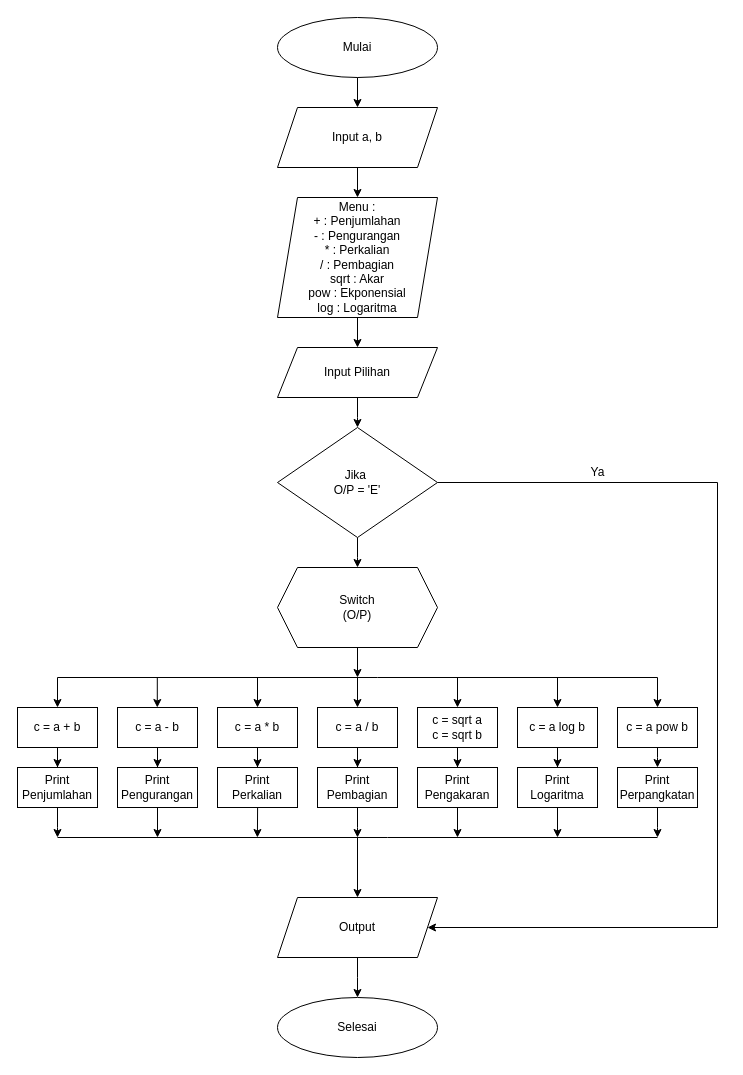
Above: page "Page-1" (1 of 2) of Untitled Diagram.drawio in Lutfiah-s/Program-Kalkulator-Sederhana-dengan-Fungsi (draw.io), before the change. Source tidied: cells renumbered, new cells numbered last; positions are measured from the earlier drawing's top-left corner, leaving out a move shared by most shapes. Both pictures are drawn from the tidied source at 100%, with x=0, y=0 at pixel (17, 17).
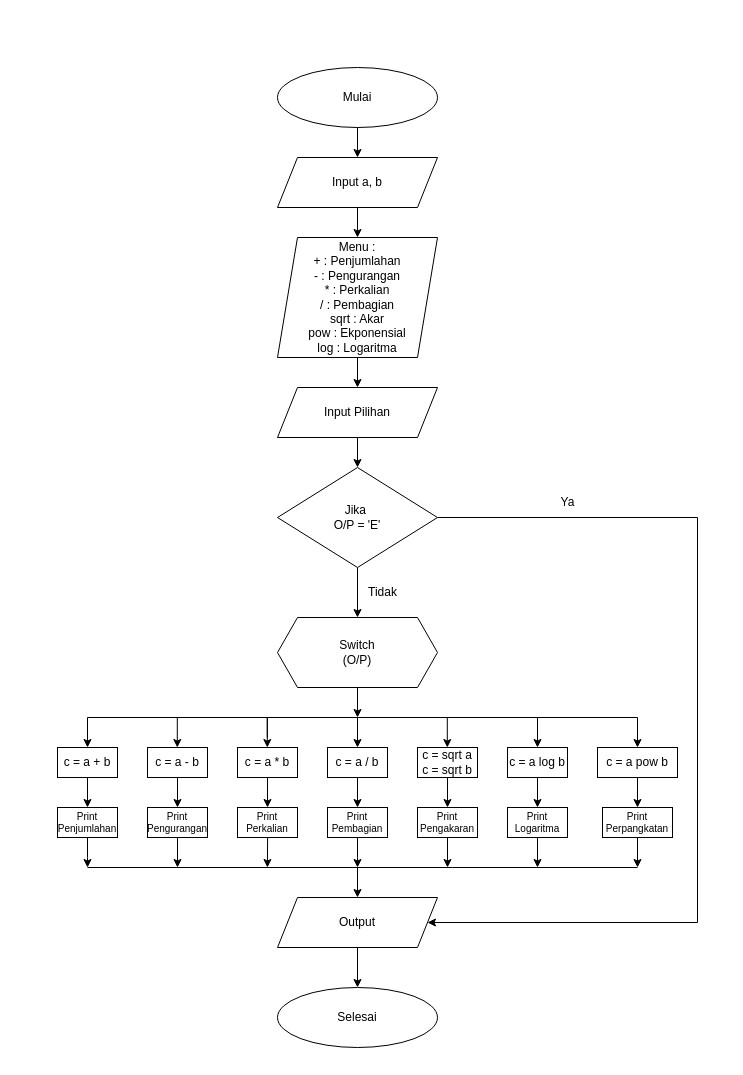
The same diagram, later.

What changed in the source:
```diff
@@
     <mxCell id="2" value="Mulai" style="ellipse;whiteSpace=wrap;html=1;labelBackgroundColor=none;" parent="1" vertex="1">
-      <mxGeometry x="260" width="160" height="60" as="geometry" />
+      <mxGeometry x="260" y="50" width="160" height="60" as="geometry" />
     </mxCell>
@@
     <mxCell id="4" value="Input a, b" style="shape=parallelogram;perimeter=parallelogramPerimeter;whiteSpace=wrap;html=1;fixedSize=1;labelBackgroundColor=none;" parent="1" vertex="1">
-      <mxGeometry x="260" y="90" width="160" height="60" as="geometry" />
+      <mxGeometry x="260" y="140" width="160" height="50" as="geometry" />
     </mxCell>
@@
     <mxCell id="7" value="Menu :&lt;div&gt;+ : Penjumlahan&lt;/div&gt;&lt;div&gt;- : Pengurangan&lt;/div&gt;&lt;div&gt;* : Perkalian&lt;/div&gt;&lt;div&gt;/ : Pembagian&lt;/div&gt;&lt;div&gt;sqrt : Akar&lt;/div&gt;&lt;div&gt;pow : Ekponensial&lt;/div&gt;&lt;div&gt;log : Logaritma&lt;/div&gt;" style="shape=parallelogram;perimeter=parallelogramPerimeter;whiteSpace=wrap;html=1;fixedSize=1;align=center;labelBackgroundColor=none;" parent="1" vertex="1">
-      <mxGeometry x="260" y="180" width="160" height="120" as="geometry" />
+      <mxGeometry x="260" y="220" width="160" height="120" as="geometry" />
     </mxCell>
@@
     <mxCell id="9" value="Input Pilihan" style="shape=parallelogram;perimeter=parallelogramPerimeter;whiteSpace=wrap;html=1;fixedSize=1;labelBackgroundColor=none;" parent="1" vertex="1">
-      <mxGeometry x="260" y="330" width="160" height="50" as="geometry" />
+      <mxGeometry x="260" y="370" width="160" height="50" as="geometry" />
     </mxCell>
-    <mxCell id="10" style="edgeStyle=orthogonalEdgeStyle;rounded=0;jettySize=auto;html=1;entryX=1;entryY=0.5;entryDx=0;entryDy=0;labelBackgroundColor=none;fontColor=default;" parent="1" edge="1" source="12" target="53">
+    <mxCell id="10" style="edgeStyle=orthogonalEdgeStyle;rounded=0;jettySize=auto;html=1;entryX=1;entryY=0.5;entryDx=0;entryDy=0;labelBackgroundColor=none;fontColor=default;exitX=1;exitY=0.5;exitDx=0;exitDy=0;" parent="1" edge="1" source="12" target="53">
       <mxGeometry relative="1" as="geometry">
         <Array as="points">
-          <mxPoint x="700" y="465" />
-          <mxPoint x="700" y="910" />
+          <mxPoint x="680" y="500" />
+          <mxPoint x="680" y="905" />
         </Array>
       </mxGeometry>
     </mxCell>
-    <mxCell id="11" style="edgeStyle=orthogonalEdgeStyle;rounded=0;jettySize=auto;html=1;" parent="1" edge="1" source="12">
-      <mxGeometry relative="1" as="geometry">
-        <mxPoint x="340" y="550" as="targetPoint" />
-      </mxGeometry>
-    </mxCell>
+    <mxCell id="57" style="edgeStyle=orthogonalEdgeStyle;rounded=0;jettySize=auto;html=1;entryX=0.5;entryY=0;entryDx=0;entryDy=0;" parent="1" edge="1" source="12" target="14">
+      <mxGeometry relative="1" as="geometry" />
+    </mxCell>
     <mxCell id="12" value="Jika&amp;nbsp;&lt;div&gt;O/P = 'E'&lt;/div&gt;" style="rhombus;whiteSpace=wrap;html=1;labelBackgroundColor=none;" parent="1" vertex="1">
-      <mxGeometry x="260" y="410" width="160" height="110" as="geometry" />
+      <mxGeometry x="260" y="450" width="160" height="100" as="geometry" />
     </mxCell>
     <mxCell id="13" style="edgeStyle=orthogonalEdgeStyle;rounded=0;jettySize=auto;html=1;labelBackgroundColor=none;fontColor=default;" parent="1" edge="1" source="14">
       <mxGeometry relative="1" as="geometry">
-        <mxPoint x="340" y="660" as="targetPoint" />
+        <mxPoint x="340" y="700" as="targetPoint" />
         <Array as="points">
           <mxPoint x="340" y="660" />
           <mxPoint x="340" y="660" />
         </Array>
       </mxGeometry>
     </mxCell>
     <mxCell id="14" value="Switch&lt;div&gt;(O/P)&lt;/div&gt;" style="shape=hexagon;perimeter=hexagonPerimeter2;whiteSpace=wrap;html=1;fixedSize=1;labelBackgroundColor=none;" parent="1" vertex="1">
-      <mxGeometry x="260" y="550" width="160" height="80" as="geometry" />
+      <mxGeometry x="260" y="600" width="160" height="70" as="geometry" />
     </mxCell>
     <mxCell id="15" value="Ya" style="text;html=1;align=center;verticalAlign=middle;strokeColor=none;fillColor=none;labelBackgroundColor=none;" parent="1" vertex="1">
-      <mxGeometry x="560" y="440" width="40" height="30" as="geometry" />
+      <mxGeometry x="530" y="470" width="40" height="30" as="geometry" />
     </mxCell>
     <mxCell id="16" style="endArrow=none;html=1;rounded=0;labelBackgroundColor=none;fontColor=default;" parent="1" edge="1">
       <mxGeometry relative="1" as="geometry">
-        <mxPoint x="40" y="660" as="sourcePoint" />
-        <mxPoint x="640" y="660" as="targetPoint" />
+        <mxPoint x="70" y="700" as="sourcePoint" />
+        <mxPoint x="620" y="700" as="targetPoint" />
         <Array as="points">
-          <mxPoint x="360" y="660" />
+          <mxPoint x="362.5" y="700" />
         </Array>
       </mxGeometry>
     </mxCell>
-    <mxCell id="17" style="endArrow=classic;html=1;rounded=0;labelBackgroundColor=none;fontColor=default;entryX=0.5;entryY=0;entryDx=0;entryDy=0;" parent="1" edge="1" target="19">
-      <mxGeometry relative="1" as="geometry">
-        <mxPoint x="40" y="660" as="sourcePoint" />
-      </mxGeometry>
-    </mxCell>
     <mxCell id="18" style="edgeStyle=orthogonalEdgeStyle;rounded=0;jettySize=auto;html=1;labelBackgroundColor=none;fontColor=default;entryX=0.5;entryY=0;entryDx=0;entryDy=0;" parent="1" edge="1" source="19" target="21">
-      <mxGeometry relative="1" as="geometry" />
+      <mxGeometry relative="1" as="geometry">
+        <Array as="points">
+          <mxPoint x="70" y="750" />
+          <mxPoint x="70" y="750" />
+        </Array>
+      </mxGeometry>
     </mxCell>
     <mxCell id="19" value="c = a + b" style="rounded=0;whiteSpace=wrap;html=1;labelBackgroundColor=none;" parent="1" vertex="1">
-      <mxGeometry y="690" width="80" height="40" as="geometry" />
+      <mxGeometry x="40" y="730" width="60" height="30" as="geometry" />
     </mxCell>
-    <mxCell id="20" style="edgeStyle=orthogonalEdgeStyle;rounded=0;jettySize=auto;html=1;exitX=0.5;exitY=1;exitDx=0;exitDy=0;labelBackgroundColor=none;fontColor=default;" parent="1" edge="1" source="21">
-      <mxGeometry relative="1" as="geometry">
-        <mxPoint x="40" y="820" as="targetPoint" />
-        <Array as="points">
-          <mxPoint x="40" y="810" />
-          <mxPoint x="40" y="810" />
-        </Array>
-      </mxGeometry>
-    </mxCell>
+    <mxCell id="58" style="edgeStyle=orthogonalEdgeStyle;rounded=0;jettySize=auto;html=1;" parent="1" edge="1" source="21">
+      <mxGeometry relative="1" as="geometry">
+        <mxPoint x="70" y="850" as="targetPoint" />
+      </mxGeometry>
+    </mxCell>
-    <mxCell id="21" value="Print Penjumlahan" style="rounded=0;whiteSpace=wrap;html=1;labelBackgroundColor=none;" parent="1" vertex="1">
-      <mxGeometry y="750" width="80" height="40" as="geometry" />
+    <mxCell id="21" value="Print Penjumlahan" style="rounded=0;whiteSpace=wrap;html=1;labelBackgroundColor=none;fontSize=10;" parent="1" vertex="1">
+      <mxGeometry x="40" y="790" width="60" height="30" as="geometry" />
     </mxCell>
     <mxCell id="22" style="endArrow=classic;html=1;rounded=0;labelBackgroundColor=none;fontColor=default;" parent="1" edge="1">
       <mxGeometry relative="1" as="geometry">
-        <mxPoint x="139.8" y="660" as="sourcePoint" />
-        <mxPoint x="139.8" y="690" as="targetPoint" />
+        <mxPoint x="159.8" y="700" as="sourcePoint" />
+        <mxPoint x="159.8" y="730" as="targetPoint" />
       </mxGeometry>
     </mxCell>
@@
     <mxCell id="24" value="c = a - b" style="rounded=0;whiteSpace=wrap;html=1;labelBackgroundColor=none;" parent="1" vertex="1">
-      <mxGeometry x="100" y="690" width="80" height="40" as="geometry" />
+      <mxGeometry x="130" y="730" width="60" height="30" as="geometry" />
     </mxCell>
     <mxCell id="25" style="edgeStyle=orthogonalEdgeStyle;rounded=0;jettySize=auto;html=1;labelBackgroundColor=none;fontColor=default;" parent="1" edge="1" source="26">
       <mxGeometry relative="1" as="geometry">
-        <mxPoint x="140" y="820" as="targetPoint" />
+        <mxPoint x="160" y="850" as="targetPoint" />
         <Array as="points">
-          <mxPoint x="140" y="820" />
+          <mxPoint x="160" y="850" />
         </Array>
       </mxGeometry>
     </mxCell>
-    <mxCell id="26" value="Print Pengurangan" style="rounded=0;whiteSpace=wrap;html=1;labelBackgroundColor=none;" parent="1" vertex="1">
-      <mxGeometry x="100" y="750" width="80" height="40" as="geometry" />
+    <mxCell id="26" value="Print Pengurangan" style="rounded=0;whiteSpace=wrap;html=1;labelBackgroundColor=none;fontSize=10;" parent="1" vertex="1">
+      <mxGeometry x="130" y="790" width="60" height="30" as="geometry" />
     </mxCell>
     <mxCell id="27" style="edgeStyle=orthogonalEdgeStyle;rounded=0;orthogonalLoop=1;jettySize=auto;html=1;labelBackgroundColor=none;fontColor=default;" parent="1" edge="1">
       <mxGeometry relative="1" as="geometry">
-        <mxPoint x="239.6" y="760" as="sourcePoint" />
-        <mxPoint x="239.9" y="820" as="targetPoint" />
+        <mxPoint x="249.6" y="790" as="sourcePoint" />
+        <mxPoint x="249.9" y="850" as="targetPoint" />
       </mxGeometry>
     </mxCell>
-    <mxCell id="28" value="Print Perkalian" style="rounded=0;whiteSpace=wrap;html=1;labelBackgroundColor=none;" parent="1" vertex="1">
-      <mxGeometry x="200" y="750" width="80" height="40" as="geometry" />
+    <mxCell id="28" value="Print Perkalian" style="rounded=0;whiteSpace=wrap;html=1;labelBackgroundColor=none;fontSize=10;" parent="1" vertex="1">
+      <mxGeometry x="220" y="790" width="60" height="30" as="geometry" />
     </mxCell>
-    <mxCell id="29" style="edgeStyle=orthogonalEdgeStyle;rounded=0;jettySize=auto;html=1;exitX=0.5;exitY=1;exitDx=0;exitDy=0;labelBackgroundColor=none;fontColor=default;" parent="1" edge="1" source="30">
-      <mxGeometry relative="1" as="geometry">
-        <mxPoint x="340" y="820" as="targetPoint" />
-        <Array as="points">
-          <mxPoint x="340" y="810" />
-          <mxPoint x="340" y="810" />
-        </Array>
-      </mxGeometry>
-    </mxCell>
+    <mxCell id="59" style="edgeStyle=orthogonalEdgeStyle;rounded=0;jettySize=auto;html=1;" parent="1" edge="1" source="30">
+      <mxGeometry relative="1" as="geometry">
+        <mxPoint x="340" y="850" as="targetPoint" />
+      </mxGeometry>
+    </mxCell>
-    <mxCell id="30" value="Print Pembagian" style="rounded=0;whiteSpace=wrap;html=1;labelBackgroundColor=none;" parent="1" vertex="1">
-      <mxGeometry x="300" y="750" width="80" height="40" as="geometry" />
+    <mxCell id="30" value="Print Pembagian" style="rounded=0;whiteSpace=wrap;html=1;labelBackgroundColor=none;fontSize=10;" parent="1" vertex="1">
+      <mxGeometry x="310" y="790" width="60" height="30" as="geometry" />
     </mxCell>
     <mxCell id="31" style="edgeStyle=orthogonalEdgeStyle;rounded=0;jettySize=auto;html=1;labelBackgroundColor=none;fontColor=default;" parent="1" edge="1" source="32">
       <mxGeometry relative="1" as="geometry">
-        <mxPoint x="440" y="820" as="targetPoint" />
+        <mxPoint x="430" y="850" as="targetPoint" />
         <Array as="points">
-          <mxPoint x="440" y="820" />
+          <mxPoint x="430" y="850" />
         </Array>
       </mxGeometry>
     </mxCell>
-    <mxCell id="32" value="Print Pengakaran" style="rounded=0;whiteSpace=wrap;html=1;labelBackgroundColor=none;" parent="1" vertex="1">
-      <mxGeometry x="400" y="750" width="80" height="40" as="geometry" />
+    <mxCell id="32" value="Print Pengakaran" style="rounded=0;whiteSpace=wrap;html=1;labelBackgroundColor=none;fontSize=10;" parent="1" vertex="1">
+      <mxGeometry x="400" y="790" width="60" height="30" as="geometry" />
     </mxCell>
-    <mxCell id="33" style="edgeStyle=orthogonalEdgeStyle;rounded=0;orthogonalLoop=1;jettySize=auto;html=1;exitX=0.5;exitY=1;exitDx=0;exitDy=0;labelBackgroundColor=none;fontColor=default;" parent="1" edge="1">
+    <mxCell id="33" style="edgeStyle=orthogonalEdgeStyle;rounded=0;jettySize=auto;html=1;exitX=0.5;exitY=1;exitDx=0;exitDy=0;labelBackgroundColor=none;fontColor=default;" parent="1" edge="1" source="34">
       <mxGeometry relative="1" as="geometry">
-        <mxPoint x="550" y="790" as="sourcePoint" />
-        <mxPoint x="540" y="820" as="targetPoint" />
+        <mxPoint x="520" y="850" as="targetPoint" />
         <Array as="points">
-          <mxPoint x="540" y="790" />
+          <mxPoint x="520" y="850" />
         </Array>
       </mxGeometry>
     </mxCell>
-    <mxCell id="34" value="Print Logaritma" style="rounded=0;whiteSpace=wrap;html=1;labelBackgroundColor=none;" parent="1" vertex="1">
-      <mxGeometry x="500" y="750" width="80" height="40" as="geometry" />
+    <mxCell id="34" value="Print Logaritma" style="rounded=0;whiteSpace=wrap;html=1;labelBackgroundColor=none;fontSize=10;" parent="1" vertex="1">
+      <mxGeometry x="490" y="790" width="60" height="30" as="geometry" />
     </mxCell>
     <mxCell id="35" style="edgeStyle=orthogonalEdgeStyle;rounded=0;jettySize=auto;html=1;entryX=0.5;entryY=0;entryDx=0;entryDy=0;" parent="1" edge="1" source="36" target="28">
-      <mxGeometry relative="1" as="geometry" />
+      <mxGeometry relative="1" as="geometry">
+        <Array as="points">
+          <mxPoint x="250" y="750" />
+          <mxPoint x="250" y="750" />
+        </Array>
+      </mxGeometry>
     </mxCell>
     <mxCell id="36" value="c = a * b" style="rounded=0;whiteSpace=wrap;html=1;labelBackgroundColor=none;" parent="1" vertex="1">
-      <mxGeometry x="200" y="690" width="80" height="40" as="geometry" />
+      <mxGeometry x="220" y="730" width="60" height="30" as="geometry" />
     </mxCell>
@@
     <mxCell id="38" value="c = a / b" style="rounded=0;whiteSpace=wrap;html=1;labelBackgroundColor=none;" parent="1" vertex="1">
-      <mxGeometry x="300" y="690" width="80" height="40" as="geometry" />
+      <mxGeometry x="310" y="730" width="60" height="30" as="geometry" />
     </mxCell>
@@
     <mxCell id="40" value="c = sqrt a&lt;div&gt;c = sqrt b&lt;/div&gt;" style="rounded=0;whiteSpace=wrap;html=1;labelBackgroundColor=none;" parent="1" vertex="1">
-      <mxGeometry x="400" y="690" width="80" height="40" as="geometry" />
+      <mxGeometry x="400" y="730" width="60" height="30" as="geometry" />
     </mxCell>
@@
     <mxCell id="42" value="c = a log b" style="rounded=0;whiteSpace=wrap;html=1;labelBackgroundColor=none;" parent="1" vertex="1">
-      <mxGeometry x="500" y="690" width="80" height="40" as="geometry" />
+      <mxGeometry x="490" y="730" width="60" height="30" as="geometry" />
     </mxCell>
-    <mxCell id="43" style="edgeStyle=orthogonalEdgeStyle;rounded=0;jettySize=auto;html=1;entryX=0.5;entryY=0;entryDx=0;entryDy=0;labelBackgroundColor=none;fontColor=default;" parent="1" edge="1" source="44" target="46">
-      <mxGeometry relative="1" as="geometry">
-        <Array as="points">
-          <mxPoint x="640" y="740" />
-          <mxPoint x="640" y="740" />
-        </Array>
-      </mxGeometry>
+    <mxCell id="43" style="edgeStyle=orthogonalEdgeStyle;rounded=0;jettySize=auto;html=1;entryX=0.5;entryY=0;entryDx=0;entryDy=0;" parent="1" edge="1" source="44" target="46">
+      <mxGeometry relative="1" as="geometry" />
     </mxCell>
     <mxCell id="44" value="c = a pow b" style="rounded=0;whiteSpace=wrap;html=1;labelBackgroundColor=none;" parent="1" vertex="1">
-      <mxGeometry x="600" y="690" width="80" height="40" as="geometry" />
+      <mxGeometry x="580" y="730" width="80" height="30" as="geometry" />
     </mxCell>
     <mxCell id="45" style="edgeStyle=orthogonalEdgeStyle;rounded=0;jettySize=auto;html=1;labelBackgroundColor=none;fontColor=default;" parent="1" edge="1" source="46">
       <mxGeometry relative="1" as="geometry">
-        <mxPoint x="640" y="820" as="targetPoint" />
+        <mxPoint x="620" y="850" as="targetPoint" />
+        <Array as="points">
+          <mxPoint x="620" y="820" />
+        </Array>
       </mxGeometry>
     </mxCell>
-    <mxCell id="46" value="Print Perpangkatan" style="rounded=0;whiteSpace=wrap;html=1;labelBackgroundColor=none;" parent="1" vertex="1">
-      <mxGeometry x="600" y="750" width="80" height="40" as="geometry" />
+    <mxCell id="46" value="Print Perpangkatan" style="rounded=0;whiteSpace=wrap;html=1;labelBackgroundColor=none;fontSize=10;" parent="1" vertex="1">
+      <mxGeometry x="585" y="790" width="70" height="30" as="geometry" />
     </mxCell>
     <mxCell id="47" style="endArrow=classic;html=1;rounded=0;labelBackgroundColor=none;fontColor=default;" parent="1" edge="1">
       <mxGeometry relative="1" as="geometry">
-        <mxPoint x="240" y="680" as="sourcePoint" />
-        <mxPoint x="240" y="690" as="targetPoint" />
+        <mxPoint x="249.8" y="720" as="sourcePoint" />
+        <mxPoint x="249.8" y="730" as="targetPoint" />
         <Array as="points">
-          <mxPoint x="240" y="660" />
+          <mxPoint x="249.8" y="700" />
         </Array>
       </mxGeometry>
     </mxCell>
     <mxCell id="48" style="endArrow=classic;html=1;rounded=0;labelBackgroundColor=none;fontColor=default;" parent="1" edge="1">
       <mxGeometry relative="1" as="geometry">
-        <mxPoint x="340" y="680" as="sourcePoint" />
-        <mxPoint x="340" y="690" as="targetPoint" />
+        <mxPoint x="340" y="720" as="sourcePoint" />
+        <mxPoint x="340" y="730" as="targetPoint" />
         <Array as="points">
-          <mxPoint x="340" y="660" />
+          <mxPoint x="340" y="700" />
         </Array>
       </mxGeometry>
     </mxCell>
-    <mxCell id="49" style="endArrow=classic;html=1;rounded=0;entryX=0.5;entryY=0;entryDx=0;entryDy=0;labelBackgroundColor=none;fontColor=default;" parent="1" edge="1" target="40">
+    <mxCell id="49" style="endArrow=classic;html=1;rounded=0;labelBackgroundColor=none;fontColor=default;" parent="1" edge="1">
       <mxGeometry relative="1" as="geometry">
-        <mxPoint x="440" y="660" as="sourcePoint" />
+        <mxPoint x="429.8" y="700" as="sourcePoint" />
+        <mxPoint x="429.8" y="730" as="targetPoint" />
         <Array as="points">
-          <mxPoint x="440" y="660" />
+          <mxPoint x="429.8" y="700" />
         </Array>
       </mxGeometry>
     </mxCell>
-    <mxCell id="50" style="endArrow=classic;html=1;rounded=0;entryX=0.5;entryY=0;entryDx=0;entryDy=0;labelBackgroundColor=none;fontColor=default;" parent="1" edge="1" target="42">
-      <mxGeometry relative="1" as="geometry">
-        <mxPoint x="530" y="660" as="sourcePoint" />
-        <Array as="points">
-          <mxPoint x="540" y="660" />
-        </Array>
-      </mxGeometry>
-    </mxCell>
     <mxCell id="51" style="endArrow=none;html=1;rounded=0;labelBackgroundColor=none;fontColor=default;" parent="1" edge="1">
       <mxGeometry relative="1" as="geometry">
-        <mxPoint x="40" y="820" as="sourcePoint" />
-        <mxPoint x="640" y="820" as="targetPoint" />
+        <mxPoint x="70" y="850" as="sourcePoint" />
+        <mxPoint x="620" y="850" as="targetPoint" />
         <Array as="points">
-          <mxPoint x="370" y="820" />
+          <mxPoint x="435" y="850" />
         </Array>
       </mxGeometry>
     </mxCell>
-    <mxCell id="52" style="edgeStyle=orthogonalEdgeStyle;rounded=0;jettySize=auto;html=1;labelBackgroundColor=none;fontColor=default;" parent="1" edge="1" source="53">
-      <mxGeometry relative="1" as="geometry">
-        <mxPoint x="340" y="980" as="targetPoint" />
-      </mxGeometry>
-    </mxCell>
+    <mxCell id="60" style="edgeStyle=orthogonalEdgeStyle;rounded=0;jettySize=auto;html=1;entryX=0.5;entryY=0;entryDx=0;entryDy=0;" parent="1" edge="1" source="53" target="55">
+      <mxGeometry relative="1" as="geometry" />
+    </mxCell>
     <mxCell id="53" value="Output" style="shape=parallelogram;perimeter=parallelogramPerimeter;whiteSpace=wrap;html=1;fixedSize=1;labelBackgroundColor=none;" parent="1" vertex="1">
-      <mxGeometry x="260" y="880" width="160" height="60" as="geometry" />
+      <mxGeometry x="260" y="880" width="160" height="50" as="geometry" />
     </mxCell>
     <mxCell id="54" style="edgeStyle=orthogonalEdgeStyle;rounded=0;orthogonalLoop=1;jettySize=auto;html=1;labelBackgroundColor=none;fontColor=default;" parent="1" edge="1">
       <mxGeometry relative="1" as="geometry">
-        <mxPoint x="340" y="820" as="sourcePoint" />
+        <mxPoint x="340" y="850" as="sourcePoint" />
         <mxPoint x="340" y="880" as="targetPoint" />
         <Array as="points">
           <mxPoint x="340" y="880" />
           <mxPoint x="340" y="880" />
         </Array>
       </mxGeometry>
     </mxCell>
     <mxCell id="55" value="Selesai" style="ellipse;whiteSpace=wrap;html=1;labelBackgroundColor=none;" parent="1" vertex="1">
-      <mxGeometry x="260" y="980" width="160" height="60" as="geometry" />
+      <mxGeometry x="260" y="970" width="160" height="60" as="geometry" />
     </mxCell>
-    <mxCell id="56" style="endArrow=classic;html=1;rounded=0;entryX=0.5;entryY=0;entryDx=0;entryDy=0;labelBackgroundColor=none;fontColor=default;" parent="1" edge="1" target="44">
-      <mxGeometry relative="1" as="geometry">
-        <mxPoint x="640" y="660" as="sourcePoint" />
-        <Array as="points">
-          <mxPoint x="640" y="660" />
-        </Array>
-      </mxGeometry>
-    </mxCell>
+    <mxCell id="61" value="Tidak" style="text;html=1;align=center;verticalAlign=middle;strokeColor=none;fillColor=none;" parent="1" vertex="1">
+      <mxGeometry x="340" y="560" width="50" height="30" as="geometry" />
+    </mxCell>
+    <mxCell id="62" style="endArrow=classic;html=1;rounded=0;entryX=0.5;entryY=0;entryDx=0;entryDy=0;" parent="1" edge="1" target="44">
+      <mxGeometry relative="1" as="geometry">
+        <mxPoint x="620" y="700" as="sourcePoint" />
+      </mxGeometry>
+    </mxCell>
+    <mxCell id="63" style="endArrow=classic;html=1;rounded=0;entryX=0.5;entryY=0;entryDx=0;entryDy=0;" parent="1" edge="1" target="42">
+      <mxGeometry relative="1" as="geometry">
+        <mxPoint x="520" y="700" as="sourcePoint" />
+      </mxGeometry>
+    </mxCell>
+    <mxCell id="64" style="endArrow=classic;html=1;rounded=0;entryX=0.5;entryY=0;entryDx=0;entryDy=0;" parent="1" edge="1" target="19">
+      <mxGeometry relative="1" as="geometry">
+        <mxPoint x="70" y="700" as="sourcePoint" />
+      </mxGeometry>
+    </mxCell>
```
